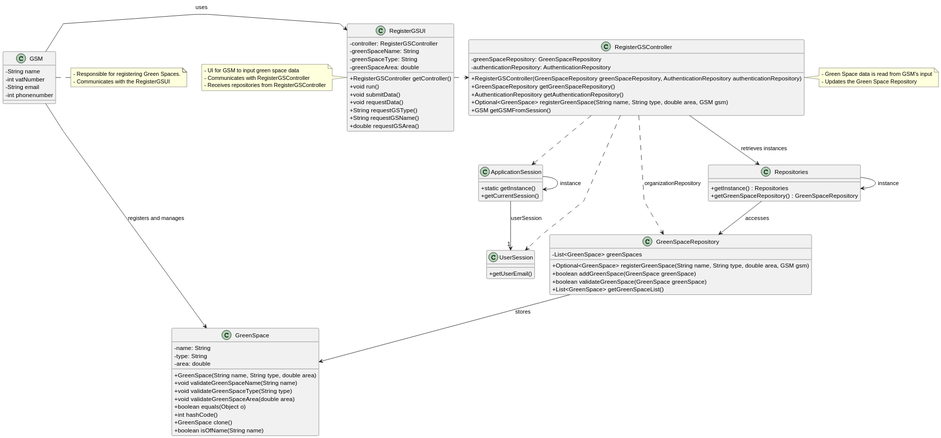
Before: docs/sprint3/us020/03.design/svg/us020-class-diagram.svg, a diagram exported from PlantUML (tiagosoa/lei-24-s2-1dgh-g073).
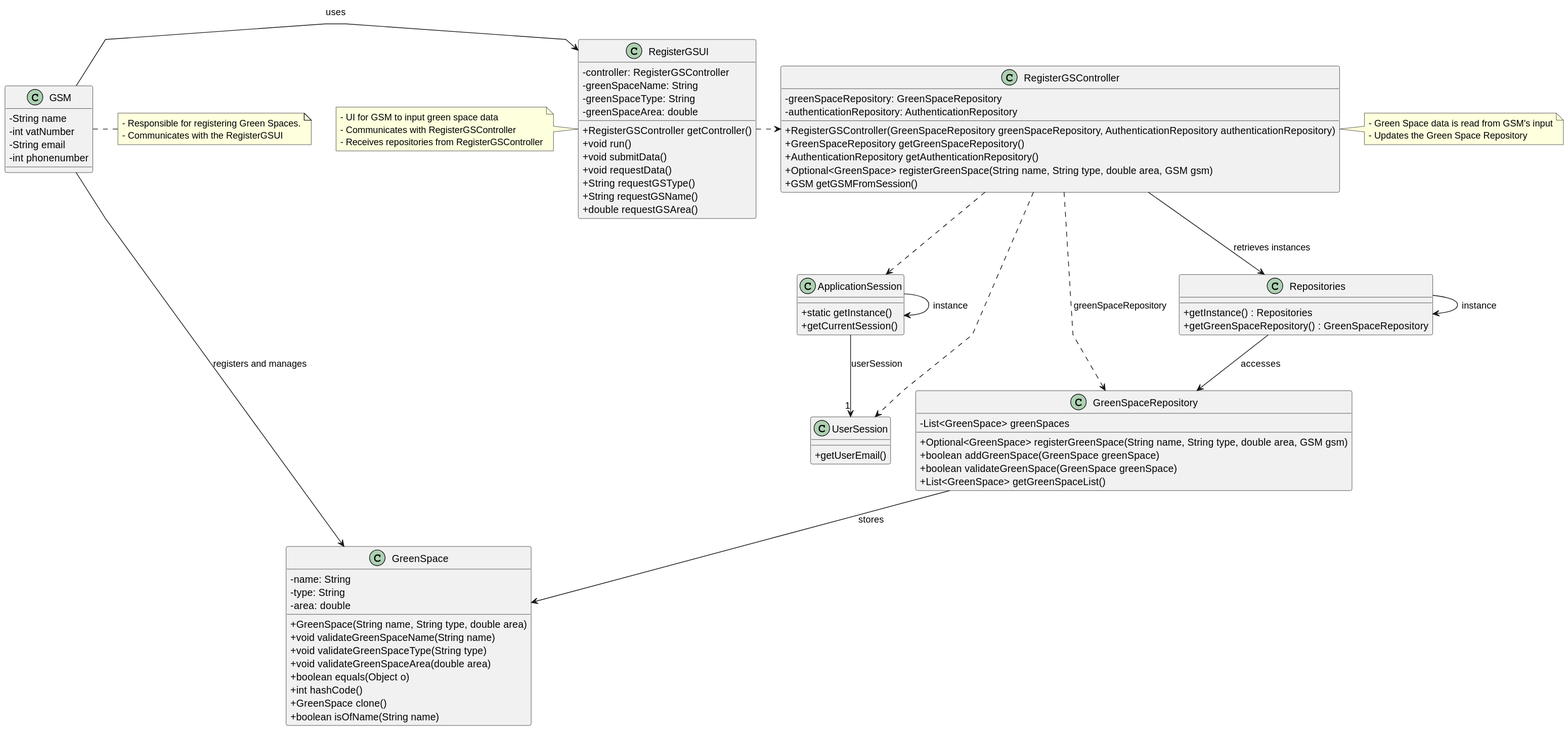
After the commit.

Diff of the diagram source:
```diff
@@ -103,7 +103,7 @@
 
 Repositories -down-> GreenSpaceRepository : accesses
 
-RegisterGSController ..> GreenSpaceRepository : organizationRepository
+RegisterGSController ..> GreenSpaceRepository : greenSpaceRepository
 
 ApplicationSession --> "1" UserSession : userSession
 
```
